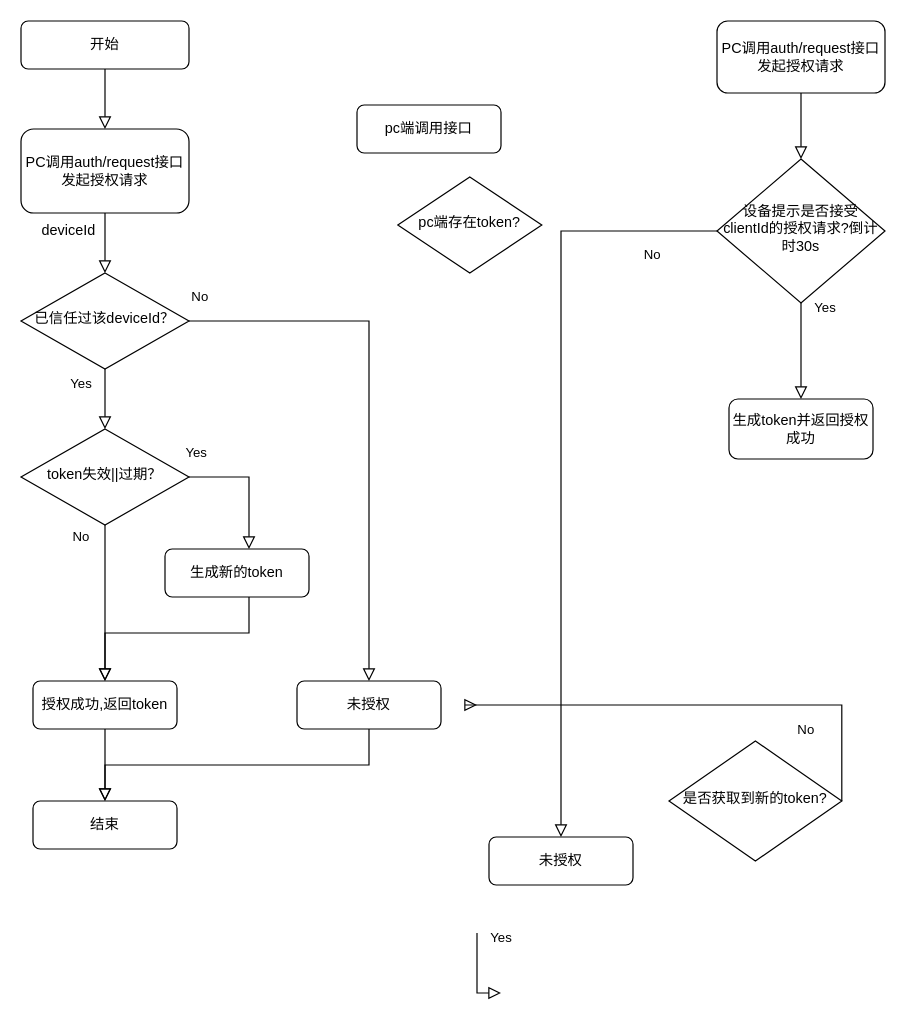
This is 设备端授权流程.drawio from gmyboy/software-architecture, a draw.io file, before an edit. Source tidied: cells renumbered, new cells numbered last; positions are measured from the earlier drawing's top-left corner, leaving out a move shared by most shapes. Both pictures are drawn from the tidied source at 120%, with x=0, y=0 at pixel (20, 20).
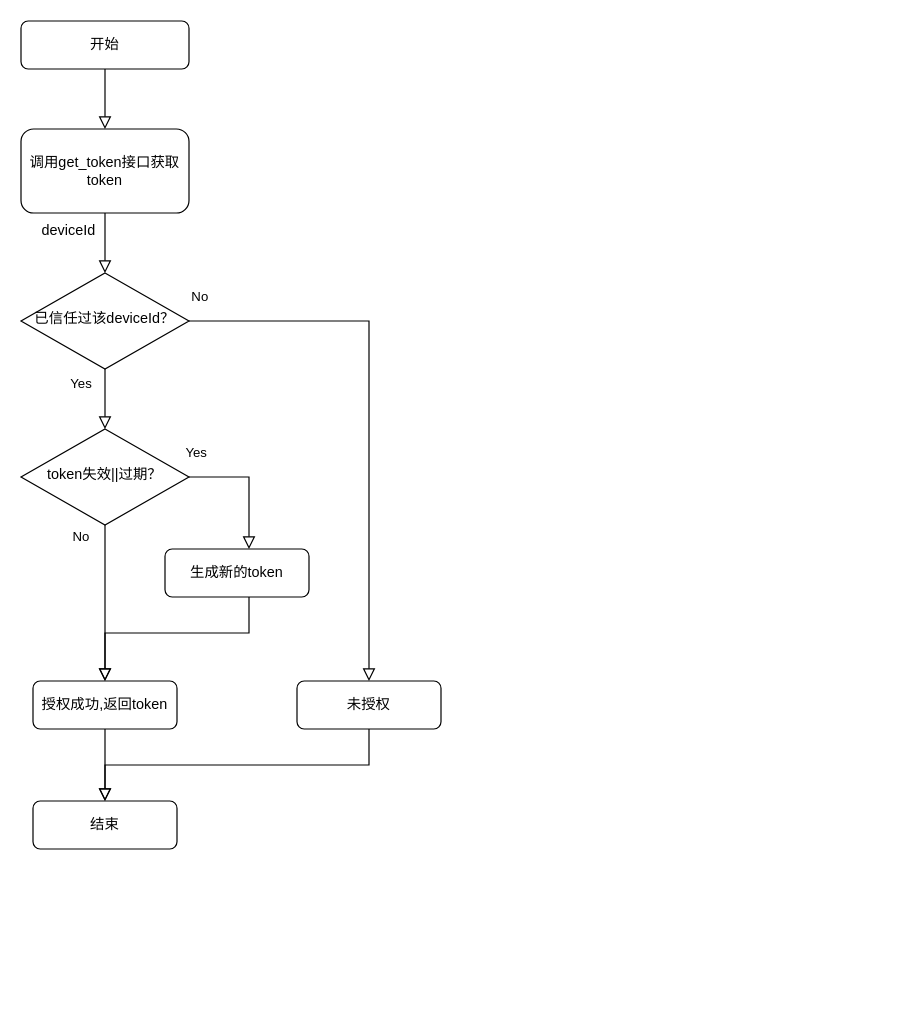
After the change.

Commit message:
更新设备端授权流程.drawio

What changed in the source:
```diff
@@
-    <mxCell id="4" value="pc端存在token?" style="rhombus;whiteSpace=wrap;html=1;shadow=0;fontFamily=Helvetica;fontSize=12;align=center;strokeWidth=1;spacing=6;spacingTop=-4;" parent="1" vertex="1">
-      <mxGeometry x="314" y="130" width="120" height="80" as="geometry" />
-    </mxCell>
-    <mxCell id="5" value="PC调用auth/request接口发起授权请求" style="rounded=1;whiteSpace=wrap;html=1;fontSize=12;glass=0;strokeWidth=1;shadow=0;" parent="1" vertex="1">
+    <mxCell id="5" value="调用get_token接口获取token" style="rounded=1;whiteSpace=wrap;html=1;fontSize=12;glass=0;strokeWidth=1;shadow=0;" parent="1" vertex="1">
       <mxGeometry y="90" width="140" height="70" as="geometry" />
     </mxCell>
@@
-    <mxCell id="10" value="生成token并返回授权成功" style="rounded=1;whiteSpace=wrap;html=1;fontSize=12;glass=0;strokeWidth=1;shadow=0;" parent="1" vertex="1">
-      <mxGeometry x="590" y="315" width="120" height="50" as="geometry" />
-    </mxCell>
@@
-    <mxCell id="16" value="设备提示是否接受clientId的授权请求?倒计时30s" style="rhombus;whiteSpace=wrap;html=1;shadow=0;fontFamily=Helvetica;fontSize=12;align=center;strokeWidth=1;spacing=6;spacingTop=-4;" parent="1" vertex="1">
-      <mxGeometry x="580" y="115" width="140" height="120" as="geometry" />
-    </mxCell>
-    <mxCell id="17" value="No" style="edgeStyle=orthogonalEdgeStyle;rounded=0;html=1;jettySize=auto;fontSize=11;endArrow=block;endFill=0;endSize=8;strokeWidth=1;shadow=0;labelBackgroundColor=none;" parent="1" edge="1" source="16" target="20">
-      <mxGeometry x="-0.83" y="20" relative="1" as="geometry">
-        <Array as="points">
-          <mxPoint x="450" y="175" />
-        </Array>
-      </mxGeometry>
-    </mxCell>
-    <mxCell id="18" value="Yes" style="edgeStyle=orthogonalEdgeStyle;rounded=0;html=1;jettySize=auto;fontSize=11;endArrow=block;endFill=0;endSize=8;strokeWidth=1;shadow=0;labelBackgroundColor=none;exitX=0.5;exitY=1;exitDx=0;exitDy=0;" parent="1" edge="1" source="16" target="10">
-      <mxGeometry x="-0.9" y="20" relative="1" as="geometry">
-        <Array as="points">
-          <mxPoint x="650" y="290" />
-          <mxPoint x="650" y="290" />
-        </Array>
-      </mxGeometry>
-    </mxCell>
-    <mxCell id="19" value="pc端调用接口" style="rounded=1;whiteSpace=wrap;html=1;fontSize=12;glass=0;strokeWidth=1;shadow=0;" parent="1" vertex="1">
-      <mxGeometry x="280" y="70" width="120" height="40" as="geometry" />
-    </mxCell>
-    <mxCell id="20" value="未授权" style="rounded=1;whiteSpace=wrap;html=1;fontSize=12;glass=0;strokeWidth=1;shadow=0;" parent="1" vertex="1">
-      <mxGeometry x="390" y="680" width="120" height="40" as="geometry" />
-    </mxCell>
-    <mxCell id="21" value="是否获取到新的token?" style="rhombus;whiteSpace=wrap;html=1;shadow=0;fontFamily=Helvetica;fontSize=12;align=center;strokeWidth=1;spacing=6;spacingTop=-4;" parent="1" vertex="1">
-      <mxGeometry x="540" y="600" width="144" height="100" as="geometry" />
-    </mxCell>
@@
-    <mxCell id="23" value="Yes" style="edgeStyle=orthogonalEdgeStyle;rounded=0;html=1;jettySize=auto;orthogonalLoop=1;fontSize=11;endArrow=block;endFill=0;endSize=8;strokeWidth=1;shadow=0;labelBackgroundColor=none;" parent="1" edge="1">
-      <mxGeometry x="-0.89" y="20" relative="1" as="geometry">
-        <mxPoint x="380" y="760" as="sourcePoint" />
-        <mxPoint x="400" y="810" as="targetPoint" />
-        <Array as="points">
-          <mxPoint x="380" y="810" />
-        </Array>
-      </mxGeometry>
-    </mxCell>
-    <mxCell id="24" value="No" style="edgeStyle=orthogonalEdgeStyle;rounded=0;html=1;jettySize=auto;fontSize=11;endArrow=block;endFill=0;endSize=8;strokeWidth=1;shadow=0;labelBackgroundColor=none;exitX=1;exitY=0.5;exitDx=0;exitDy=0;" parent="1" edge="1" source="21">
-      <mxGeometry x="-0.71" y="30" relative="1" as="geometry">
-        <mxPoint x="380" y="570" as="targetPoint" />
-        <Array as="points">
-          <mxPoint x="370" y="570" />
-          <mxPoint x="370" y="570" />
-        </Array>
-      </mxGeometry>
-    </mxCell>
@@
-    <mxCell id="30" style="edgeStyle=orthogonalEdgeStyle;rounded=0;jettySize=auto;html=1;endArrow=block;endFill=0;endSize=8;" parent="1" edge="1" source="31" target="16">
-      <mxGeometry relative="1" as="geometry" />
-    </mxCell>
-    <mxCell id="31" value="PC调用auth/request接口发起授权请求" style="rounded=1;whiteSpace=wrap;html=1;fontSize=12;glass=0;strokeWidth=1;shadow=0;" parent="1" vertex="1">
-      <mxGeometry x="580" width="140" height="60" as="geometry" />
-    </mxCell>
```
